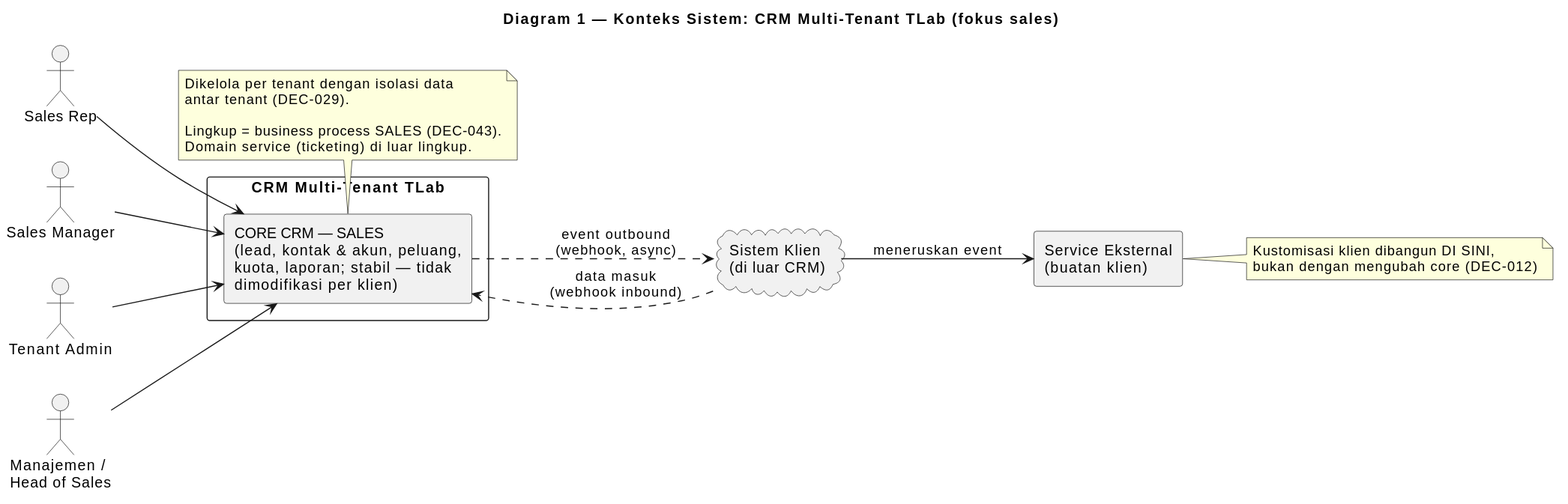
Before: knowledge/projects/bootcamp-crm/requirements/brd/diagrams/01-konteks-sistem.svg, a diagram exported from PlantUML (yudha-tlab/ai-os-knowledge).
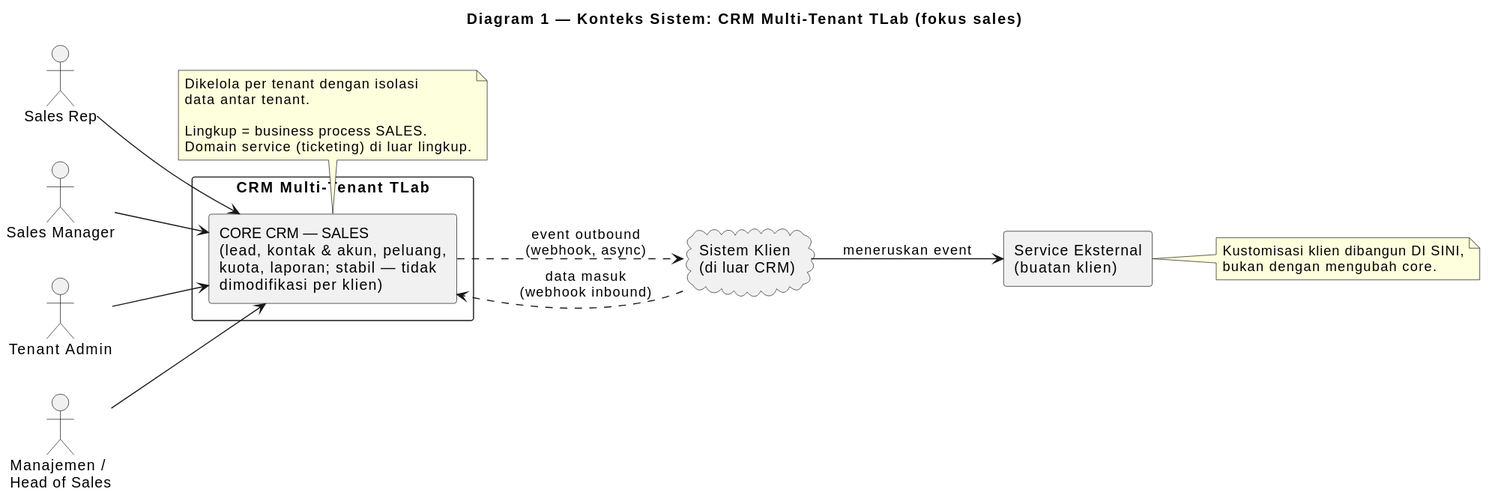
The same diagram one commit later.

The edit, as a diff of the source:
```diff
@@ -25,16 +25,17 @@
 CORE ..> EXT : event outbound\n(webhook, async)
 EXT ..> CORE : data masuk\n(webhook inbound)
 EXT --> SVC : meneruskan event
+
 note right of SVC
   Kustomisasi klien dibangun DI SINI,
-  bukan dengan mengubah core (DEC-012)
+  bukan dengan mengubah core.
 end note
 
 note bottom of CORE
-  Dikelola per tenant dengan isolasi data
-  antar tenant (DEC-029).
+  Dikelola per tenant dengan isolasi
+  data antar tenant.
 
-  Lingkup = business process SALES (DEC-043).
+  Lingkup = business process SALES.
   Domain service (ticketing) di luar lingkup.
 end note
 @enduml
```
